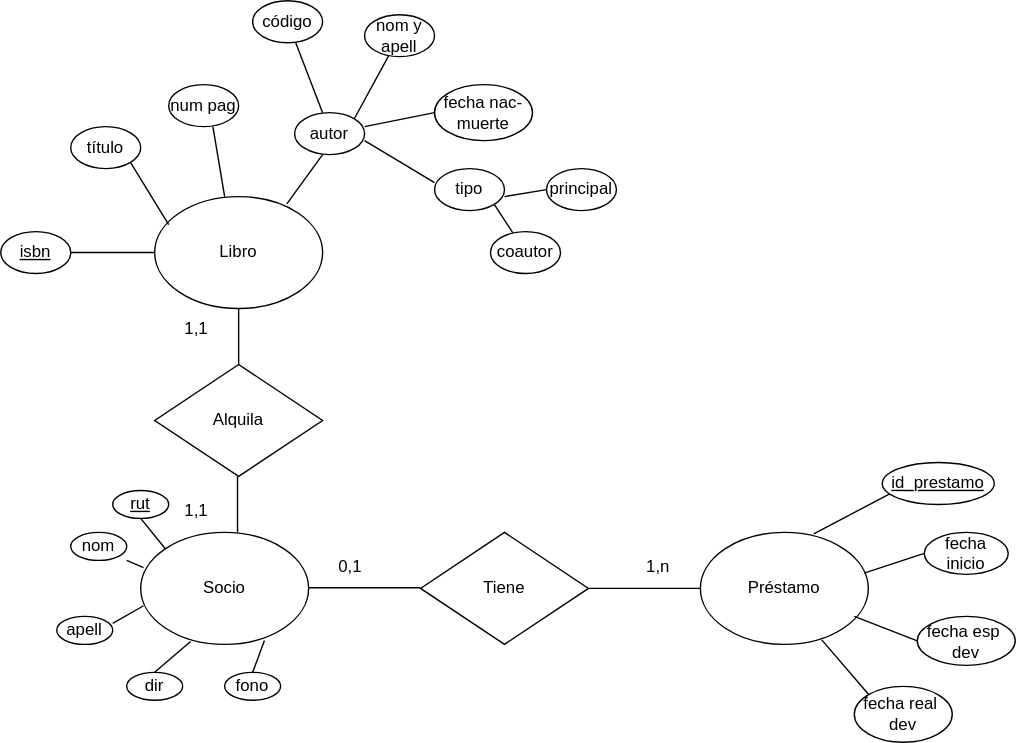
This is modelo conceptual.drawio.svg from FranSantander/-Biblioteca, a draw.io export, as it was before one commit. Source tidied: cells renumbered, new cells last; positions are measured from the earlier drawing's top-left corner, leaving out a move shared by most shapes.
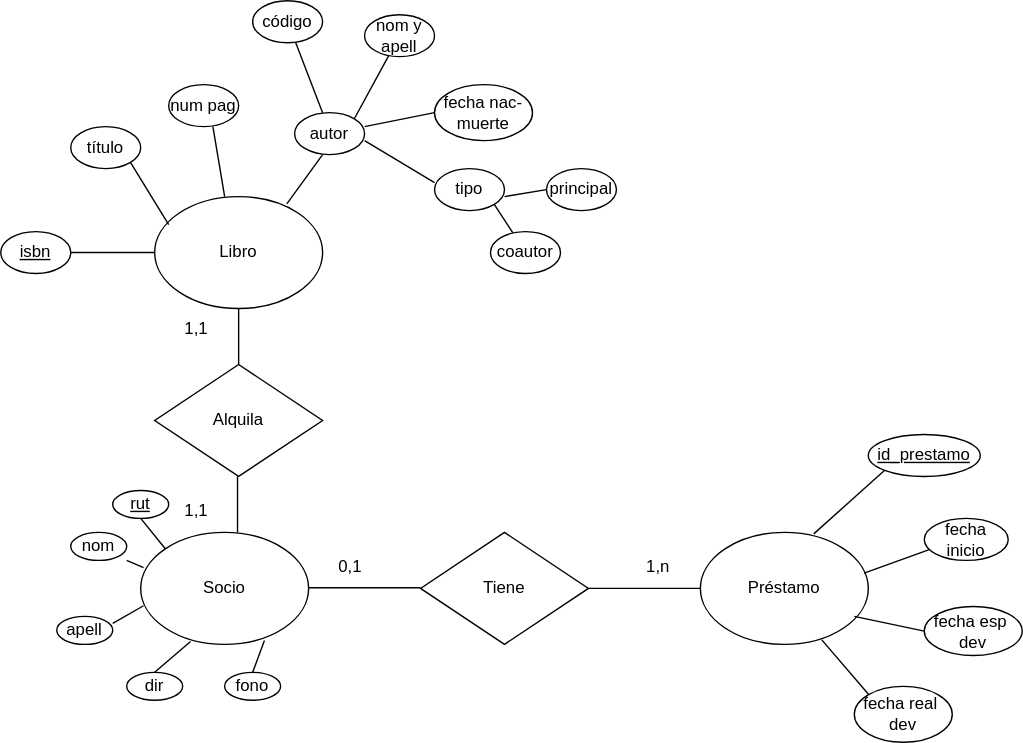
The same diagram one commit later.

What changed in the source:
```diff
@@ -103,13 +103,13 @@
     <mxCell id="30" value="Tiene" style="rhombus;whiteSpace=wrap;html=1;" parent="1" vertex="1">
       <mxGeometry x="300" y="380" width="120" height="80" as="geometry" />
     </mxCell>
-    <mxCell id="31" style="endArrow=none;html=1;rounded=0;exitX=0.675;exitY=0.013;exitDx=0;exitDy=0;exitPerimeter=0;" parent="1" edge="1" source="4">
-      <mxGeometry relative="1" as="geometry">
-        <mxPoint x="640" y="350" as="targetPoint" />
-      </mxGeometry>
+    <mxCell id="31" style="endArrow=none;html=1;rounded=0;exitX=0.675;exitY=0.013;exitDx=0;exitDy=0;exitPerimeter=0;entryX=0;entryY=1;entryDx=0;entryDy=0;" parent="1" edge="1" source="4" target="50">
+      <mxGeometry relative="1" as="geometry" />
     </mxCell>
-    <mxCell id="32" style="endArrow=none;html=1;rounded=0;exitX=0.975;exitY=0.363;exitDx=0;exitDy=0;exitPerimeter=0;entryX=0;entryY=0.5;entryDx=0;entryDy=0;" parent="1" edge="1" source="4" target="40">
-      <mxGeometry relative="1" as="geometry" />
+    <mxCell id="32" style="endArrow=none;html=1;rounded=0;exitX=0.975;exitY=0.363;exitDx=0;exitDy=0;exitPerimeter=0;" parent="1" edge="1" source="4">
+      <mxGeometry relative="1" as="geometry">
+        <mxPoint x="670" y="390" as="targetPoint" />
+      </mxGeometry>
     </mxCell>
     <mxCell id="33" style="endArrow=none;html=1;rounded=0;entryX=0;entryY=0.5;entryDx=0;entryDy=0;" parent="1" edge="1" target="41">
       <mxGeometry relative="1" as="geometry">
@@ -146,10 +146,10 @@
       </mxGeometry>
     </mxCell>
     <mxCell id="40" value="fecha inicio" style="ellipse;whiteSpace=wrap;html=1;" parent="1" vertex="1">
-      <mxGeometry x="660" y="380" width="60" height="30" as="geometry" />
+      <mxGeometry x="660" y="370" width="60" height="30" as="geometry" />
     </mxCell>
     <mxCell id="41" value="fecha esp&amp;nbsp; dev" style="ellipse;whiteSpace=wrap;html=1;" parent="1" vertex="1">
-      <mxGeometry x="655" y="440" width="70" height="35" as="geometry" />
+      <mxGeometry x="660" y="433" width="70" height="35" as="geometry" />
     </mxCell>
     <mxCell id="42" value="fecha real&amp;nbsp; dev" style="ellipse;whiteSpace=wrap;html=1;" parent="1" vertex="1">
       <mxGeometry x="610" y="490" width="70" height="40" as="geometry" />
@@ -182,7 +182,7 @@
       <mxGeometry x="110" y="350" width="60" height="30" as="geometry" />
     </mxCell>
     <mxCell id="50" value="&lt;u&gt;id_prestamo&lt;/u&gt;" style="ellipse;whiteSpace=wrap;html=1;" parent="1" vertex="1">
-      <mxGeometry x="630" y="330" width="80" height="30" as="geometry" />
+      <mxGeometry x="620" y="310" width="80" height="30" as="geometry" />
     </mxCell>
     <mxCell id="51" style="endArrow=none;html=1;rounded=0;entryX=0.737;entryY=0.965;entryDx=0;entryDy=0;entryPerimeter=0;" parent="1" edge="1" target="3">
       <mxGeometry relative="1" as="geometry">
```
